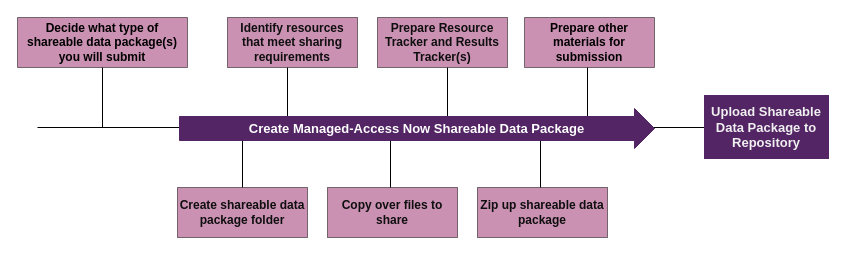
Before: docs/assets/prepare-sub-managed.drawio in norc-heal/heal-data-pkg-guide, a draw.io diagram. Source tidied: cells renumbered, new cells numbered last; positions are measured from the earlier drawing's top-left corner, leaving out a move shared by most shapes. Both pictures are drawn from the tidied source at 100%, with x=0, y=0 at pixel (17, 17).
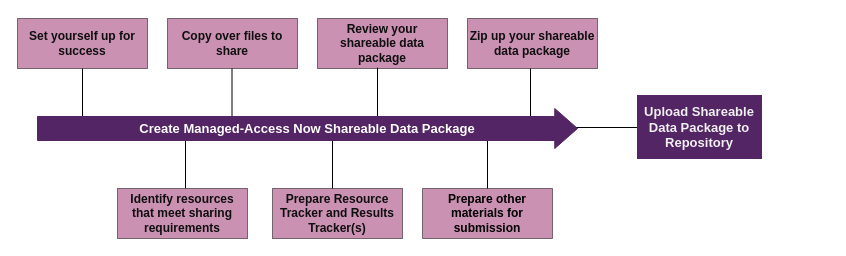
The same diagram, later.

Commit message (it also covers changes not shown here):
updates to prepare your data package for submission graphics and text

Change to the diagram source:
```diff
@@
-    <mxCell id="2" style="endArrow=none;html=1;rounded=0;endFill=0;startArrow=none;" parent="1" edge="1">
-      <mxGeometry relative="1" as="geometry">
-        <mxPoint x="20" y="110" as="sourcePoint" />
-        <mxPoint x="740" y="110" as="targetPoint" />
-      </mxGeometry>
-    </mxCell>
+    <mxCell id="15" style="endArrow=none;html=1;rounded=0;endFill=0;startArrow=none;" parent="1" edge="1">
+      <mxGeometry relative="1" as="geometry">
+        <mxPoint x="20" y="110" as="sourcePoint" />
+        <mxPoint x="740" y="110" as="targetPoint" />
+      </mxGeometry>
+    </mxCell>
     <mxCell id="3" value="Upload Shareable Data Package to Repository" style="rounded=0;whiteSpace=wrap;html=1;fillColor=#532565;fontColor=#F0F0F0;fontStyle=1;glass=0;fontSize=13;strokeColor=#532565;" parent="1" vertex="1">
-      <mxGeometry x="687" y="78" width="124" height="63" as="geometry" />
+      <mxGeometry x="620" y="78" width="124" height="63" as="geometry" />
     </mxCell>
-    <mxCell id="4" style="endArrow=none;html=1;fontColor=#0F0F0F;rounded=0;" parent="1" edge="1">
-      <mxGeometry relative="1" as="geometry">
-        <mxPoint x="85" y="50" as="sourcePoint" />
-        <mxPoint x="85" y="110" as="targetPoint" />
-      </mxGeometry>
-    </mxCell>
     <mxCell id="5" value="Copy over files to share" style="rounded=0;whiteSpace=wrap;html=1;fillColor=#982568;fontColor=#0F0F0F;fontStyle=1;opacity=50;" parent="1" vertex="1">
-      <mxGeometry x="310" y="170" width="130" height="50" as="geometry" />
+      <mxGeometry x="150" y="1" width="130" height="50" as="geometry" />
     </mxCell>
-    <mxCell id="6" style="endArrow=none;html=1;fontColor=#0F0F0F;rounded=0;" parent="1" edge="1">
-      <mxGeometry relative="1" as="geometry">
-        <mxPoint x="270" y="110" as="sourcePoint" />
-        <mxPoint x="270" y="50" as="targetPoint" />
-      </mxGeometry>
-    </mxCell>
-    <mxCell id="7" style="endArrow=none;html=1;fontColor=#0F0F0F;rounded=0;" parent="1" edge="1">
-      <mxGeometry relative="1" as="geometry">
-        <mxPoint x="430" y="110" as="sourcePoint" />
-        <mxPoint x="430" y="50" as="targetPoint" />
-      </mxGeometry>
-    </mxCell>
-    <mxCell id="8" style="endArrow=none;html=1;fontColor=#0F0F0F;rounded=0;" parent="1" edge="1">
-      <mxGeometry relative="1" as="geometry">
-        <mxPoint x="373" y="170" as="sourcePoint" />
-        <mxPoint x="373" y="110" as="targetPoint" />
-      </mxGeometry>
-    </mxCell>
-    <mxCell id="9" style="endArrow=none;html=1;fontColor=#0F0F0F;rounded=0;" parent="1" edge="1">
-      <mxGeometry relative="1" as="geometry">
-        <mxPoint x="225" y="110" as="sourcePoint" />
-        <mxPoint x="225" y="170" as="targetPoint" />
-      </mxGeometry>
-    </mxCell>
-    <mxCell id="10" value="Zip up shareable data package" style="rounded=0;whiteSpace=wrap;html=1;fillColor=#982568;fontColor=#0F0F0F;fontStyle=1;opacity=50;" parent="1" vertex="1">
-      <mxGeometry x="460" y="170" width="130" height="50" as="geometry" />
-    </mxCell>
+    <mxCell id="19" style="endArrow=none;html=1;fontColor=#0F0F0F;rounded=0;" parent="1" edge="1">
+      <mxGeometry relative="1" as="geometry">
+        <mxPoint x="65" y="111" as="sourcePoint" />
+        <mxPoint x="65" y="51" as="targetPoint" />
+      </mxGeometry>
+    </mxCell>
+    <mxCell id="20" style="endArrow=none;html=1;fontColor=#0F0F0F;rounded=0;" parent="1" edge="1">
+      <mxGeometry relative="1" as="geometry">
+        <mxPoint x="214.5" y="111" as="sourcePoint" />
+        <mxPoint x="214.5" y="51" as="targetPoint" />
+      </mxGeometry>
+    </mxCell>
+    <mxCell id="21" style="endArrow=none;html=1;fontColor=#0F0F0F;rounded=0;" parent="1" edge="1">
+      <mxGeometry relative="1" as="geometry">
+        <mxPoint x="168" y="171" as="sourcePoint" />
+        <mxPoint x="168" y="111" as="targetPoint" />
+      </mxGeometry>
+    </mxCell>
+    <mxCell id="22" style="endArrow=none;html=1;fontColor=#0F0F0F;rounded=0;" parent="1" edge="1">
+      <mxGeometry relative="1" as="geometry">
+        <mxPoint x="360" y="50" as="sourcePoint" />
+        <mxPoint x="360" y="110" as="targetPoint" />
+      </mxGeometry>
+    </mxCell>
+    <mxCell id="23" value="Set yourself up for success" style="rounded=0;whiteSpace=wrap;html=1;fillColor=#982568;fontColor=#0F0F0F;fontStyle=1;opacity=50;" parent="1" vertex="1">
+      <mxGeometry y="1" width="130" height="50" as="geometry" />
+    </mxCell>
+    <mxCell id="24" value="Review your shareable data package" style="rounded=0;whiteSpace=wrap;html=1;fillColor=#982568;fontColor=#0F0F0F;fontStyle=1;opacity=50;" parent="1" vertex="1">
+      <mxGeometry x="300" y="1" width="130" height="50" as="geometry" />
+    </mxCell>
     <mxCell id="11" value="Identify resources that meet sharing requirements" style="rounded=0;whiteSpace=wrap;html=1;fillColor=#982568;fontColor=#0F0F0F;fontStyle=1;opacity=50;" parent="1" vertex="1">
-      <mxGeometry x="210" width="130" height="50" as="geometry" />
+      <mxGeometry x="100" y="171" width="130" height="50" as="geometry" />
     </mxCell>
     <mxCell id="12" value="Prepare Resource Tracker and Results Tracker(s)" style="rounded=0;whiteSpace=wrap;html=1;fillColor=#982568;fontColor=#0F0F0F;fontStyle=1;opacity=50;" parent="1" vertex="1">
-      <mxGeometry x="360" width="130" height="50" as="geometry" />
+      <mxGeometry x="255" y="171" width="130" height="50" as="geometry" />
     </mxCell>
-    <mxCell id="13" style="endArrow=none;html=1;fontColor=#0F0F0F;rounded=0;" parent="1" edge="1">
-      <mxGeometry relative="1" as="geometry">
-        <mxPoint x="523" y="170" as="sourcePoint" />
-        <mxPoint x="523" y="110" as="targetPoint" />
-      </mxGeometry>
-    </mxCell>
-    <mxCell id="14" style="endArrow=none;html=1;fontColor=#0F0F0F;rounded=0;" parent="1" edge="1">
-      <mxGeometry relative="1" as="geometry">
-        <mxPoint x="570" y="110" as="sourcePoint" />
-        <mxPoint x="570" y="50" as="targetPoint" />
-      </mxGeometry>
-    </mxCell>
-    <mxCell id="15" value="Create shareable data package folder" style="rounded=0;whiteSpace=wrap;html=1;fillColor=#982568;fontColor=#0F0F0F;fontStyle=1;opacity=50;" parent="1" vertex="1">
-      <mxGeometry x="160" y="170" width="130" height="50" as="geometry" />
-    </mxCell>
+    <mxCell id="25" style="endArrow=none;html=1;fontColor=#0F0F0F;rounded=0;" parent="1" edge="1">
+      <mxGeometry relative="1" as="geometry">
+        <mxPoint x="315" y="171" as="sourcePoint" />
+        <mxPoint x="315" y="111" as="targetPoint" />
+      </mxGeometry>
+    </mxCell>
+    <mxCell id="26" style="endArrow=none;html=1;fontColor=#0F0F0F;rounded=0;" parent="1" edge="1">
+      <mxGeometry relative="1" as="geometry">
+        <mxPoint x="513" y="111" as="sourcePoint" />
+        <mxPoint x="513" y="51" as="targetPoint" />
+      </mxGeometry>
+    </mxCell>
+    <mxCell id="18" value="&lt;b&gt;Prepare other materials for submission&lt;/b&gt;" style="swimlane;fontStyle=0;horizontal=1;startSize=50;whiteSpace=wrap;html=1;rounded=0;shadow=0;glass=0;fillColor=#982568;gradientColor=none;gradientDirection=radial;opacity=50;swimlaneLine=1;" parent="1" vertex="1" collapsed="1">
+      <mxGeometry x="405" y="171" width="130" height="50" as="geometry" />
+    </mxCell>
+    <mxCell id="27" style="endArrow=none;html=1;fontColor=#0F0F0F;rounded=0;" parent="1" edge="1">
+      <mxGeometry relative="1" as="geometry">
+        <mxPoint x="470" y="171" as="sourcePoint" />
+        <mxPoint x="470" y="111" as="targetPoint" />
+      </mxGeometry>
+    </mxCell>
+    <mxCell id="28" value="Zip up your shareable data package" style="rounded=0;whiteSpace=wrap;html=1;fillColor=#982568;fontColor=#0F0F0F;fontStyle=1;opacity=50;" parent="1" vertex="1">
+      <mxGeometry x="450" y="1" width="130" height="50" as="geometry" />
+    </mxCell>
     <mxCell id="16" value="&lt;font color=&quot;#ffffff&quot; style=&quot;font-size: 13px;&quot;&gt;&lt;b style=&quot;font-size: 13px;&quot;&gt;Create Managed-Access Now Shareable Data Package&lt;/b&gt;&lt;/font&gt;" style="shape=singleArrow;whiteSpace=wrap;html=1;arrowWidth=0.6;arrowSize=0.042105263157894736;fillColor=#532565;strokeColor=#532565;fontSize=13;labelBorderColor=none;" parent="1" vertex="1">
-      <mxGeometry x="162" y="91" width="475" height="40" as="geometry" />
+      <mxGeometry x="20" y="91" width="540" height="40" as="geometry" />
     </mxCell>
-    <mxCell id="17" value="&lt;b&gt;Decide what type of shareable data package(s) you will submit&lt;/b&gt;" style="swimlane;fontStyle=0;horizontal=1;startSize=50;whiteSpace=wrap;html=1;rounded=0;shadow=0;glass=0;fillColor=#982568;gradientColor=none;gradientDirection=radial;opacity=50;" parent="1" vertex="1" collapsed="1">
-      <mxGeometry width="170" height="50" as="geometry" />
-    </mxCell>
-    <mxCell id="18" value="&lt;b&gt;Prepare other materials for submission&lt;/b&gt;" style="swimlane;fontStyle=0;horizontal=1;startSize=50;whiteSpace=wrap;html=1;rounded=0;shadow=0;glass=0;fillColor=#982568;gradientColor=none;gradientDirection=radial;opacity=50;swimlaneLine=1;" parent="1" vertex="1" collapsed="1">
-      <mxGeometry x="507" width="130" height="50" as="geometry" />
-    </mxCell>
```
